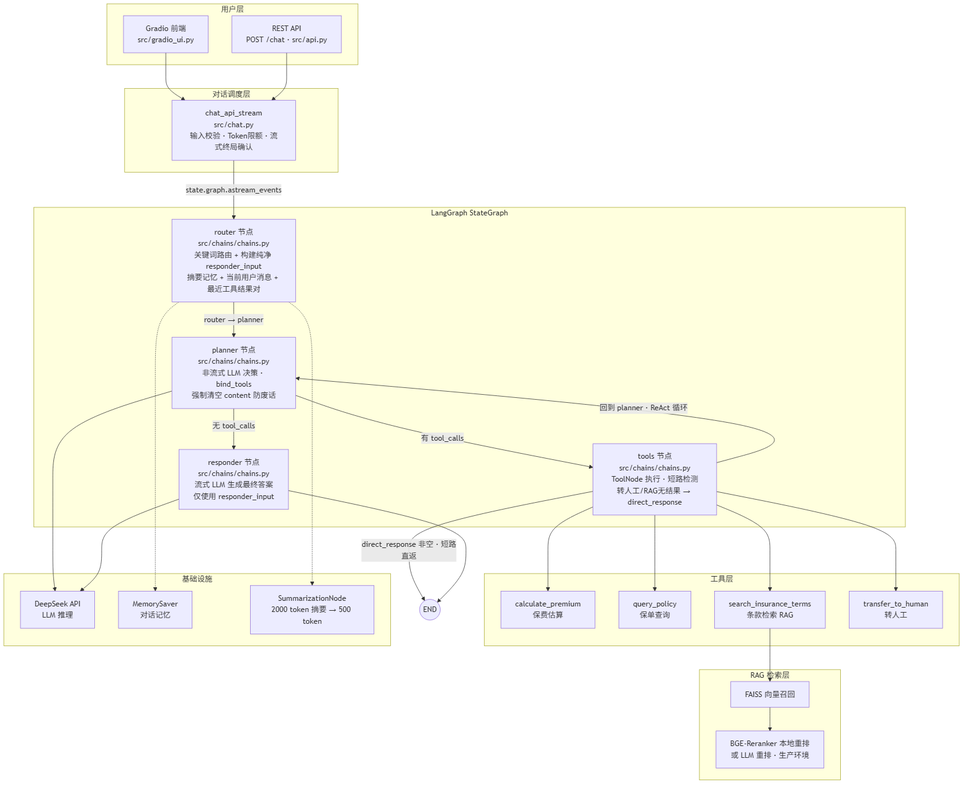
Earlier version of the Mermaid export doc/architecture.png (rooneyron/car_insurance_mvp). Its source is kept beside it as doc/architecture.mmd. Source of this version:
```mermaid
graph TB
    END_NODE(("END"))

    subgraph 用户层
        A["Gradio 前端<br/>src/gradio_ui.py"]
        B["REST API<br/>POST /chat · src/api.py"]
    end

    subgraph 对话调度层
        C["chat_api_stream<br/>src/chat.py<br/>输入校验 · Token限额 · 流式终局确认"]
    end

    subgraph LangGraph StateGraph
        D["router 节点<br/>src/chains/chains.py<br/>关键词路由 + 构建纯净 responder_input<br/>摘要记忆 + 当前用户消息 + 最近工具结果对"]
        E["planner 节点<br/>src/chains/chains.py<br/>非流式 LLM 决策 · bind_tools<br/>强制清空 content 防废话"]
        F["tools 节点<br/>src/chains/chains.py<br/>ToolNode 执行 · 短路检测<br/>转人工/RAG无结果 → direct_response"]
        G["responder 节点<br/>src/chains/chains.py<br/>流式 LLM 生成最终答案<br/>仅使用 responder_input"]
    end

    subgraph 工具层
        H["calculate_premium<br/>保费估算"]
        I["query_policy<br/>保单查询"]
        J["search_insurance_terms<br/>条款检索 RAG"]
        K["transfer_to_human<br/>转人工"]
    end

    subgraph RAG 检索层
        L["FAISS 向量召回"]
        M["BGE-Reranker 本地重排<br/>或 LLM 重排 · 生产环境"]
    end

    subgraph 基础设施
        N["DeepSeek API<br/>LLM 推理"]
        O["MemorySaver<br/>对话记忆"]
        P["SummarizationNode<br/>2000 token 摘要 → 500 token"]
    end

    A --> C
    B --> C
    C -->|"state.graph.astream_events"| D
    D -->|"router → planner"| E
    E -->|"有 tool_calls"| F
    E -->|"无 tool_calls"| G
    F -->|"direct_response 非空 · 短路直返"| END_NODE
    F -->|"回到 planner · ReAct 循环"| E
    G --> END_NODE
    F --> H
    F --> I
    F --> J
    F --> K
    J --> L
    L --> M
    E --> N
    G --> N
    D -.-> O
    D -.-> P
```
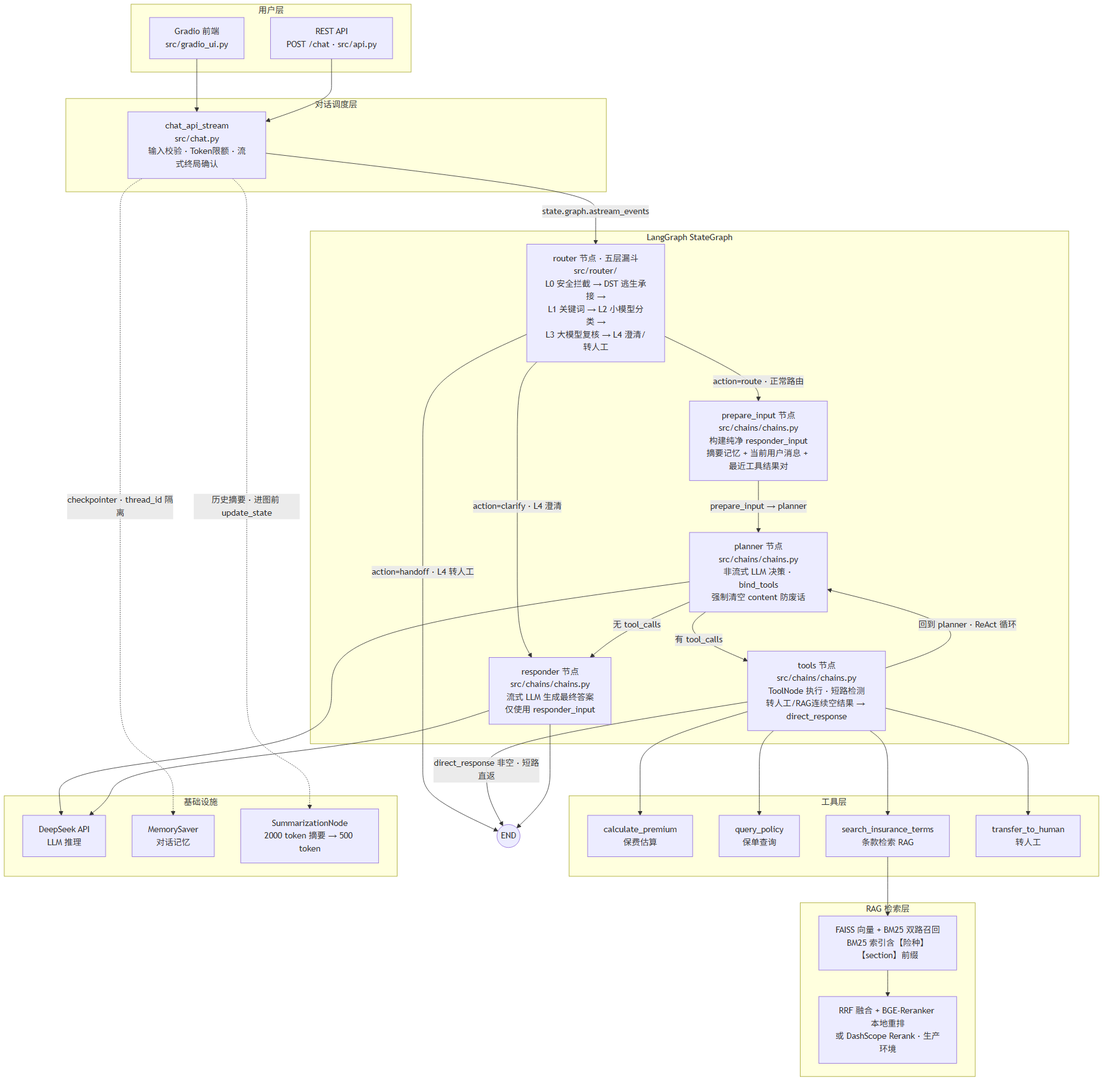
After the commit.

Diff of the diagram source:
```diff
@@ -11,9 +11,10 @@
     end
 
     subgraph LangGraph StateGraph
-        D["router 节点<br/>src/chains/chains.py<br/>关键词路由 + 构建纯净 responder_input<br/>摘要记忆 + 当前用户消息 + 最近工具结果对"]
+        D["router 节点 · 五层漏斗<br/>src/router/<br/>L0 安全拦截 → DST 逃生承接 →<br/>L1 关键词 → L2 小模型分类 →<br/>L3 大模型复核 → L4 澄清/转人工"]
+        D2["prepare_input 节点<br/>src/chains/chains.py<br/>构建纯净 responder_input<br/>摘要记忆 + 当前用户消息 + 最近工具结果对"]
         E["planner 节点<br/>src/chains/chains.py<br/>非流式 LLM 决策 · bind_tools<br/>强制清空 content 防废话"]
-        F["tools 节点<br/>src/chains/chains.py<br/>ToolNode 执行 · 短路检测<br/>转人工/RAG无结果 → direct_response"]
+        F["tools 节点<br/>src/chains/chains.py<br/>ToolNode 执行 · 短路检测<br/>转人工/RAG连续空结果 → direct_response"]
         G["responder 节点<br/>src/chains/chains.py<br/>流式 LLM 生成最终答案<br/>仅使用 responder_input"]
     end
 
@@ -25,8 +26,8 @@
     end
 
     subgraph RAG 检索层
-        L["FAISS 向量召回"]
-        M["BGE-Reranker 本地重排<br/>或 LLM 重排 · 生产环境"]
+        L["FAISS 向量 + BM25 双路召回<br/>BM25 索引含【险种】【section】前缀"]
+        M["RRF 融合 + BGE-Reranker 本地重排<br/>或 DashScope Rerank · 生产环境"]
     end
 
     subgraph 基础设施
@@ -38,7 +39,10 @@
     A --> C
     B --> C
     C -->|"state.graph.astream_events"| D
-    D -->|"router → planner"| E
+    D -->|"action=route · 正常路由"| D2
+    D -->|"action=clarify · L4 澄清"| G
+    D -->|"action=handoff · L4 转人工"| END_NODE
+    D2 -->|"prepare_input → planner"| E
     E -->|"有 tool_calls"| F
     E -->|"无 tool_calls"| G
     F -->|"direct_response 非空 · 短路直返"| END_NODE
@@ -52,5 +56,5 @@
     L --> M
     E --> N
     G --> N
-    D -.-> O
-    D -.-> P
+    C -.->|"历史摘要 · 进图前 update_state"| P
+    C -.->|"checkpointer · thread_id 隔离"| O
```
